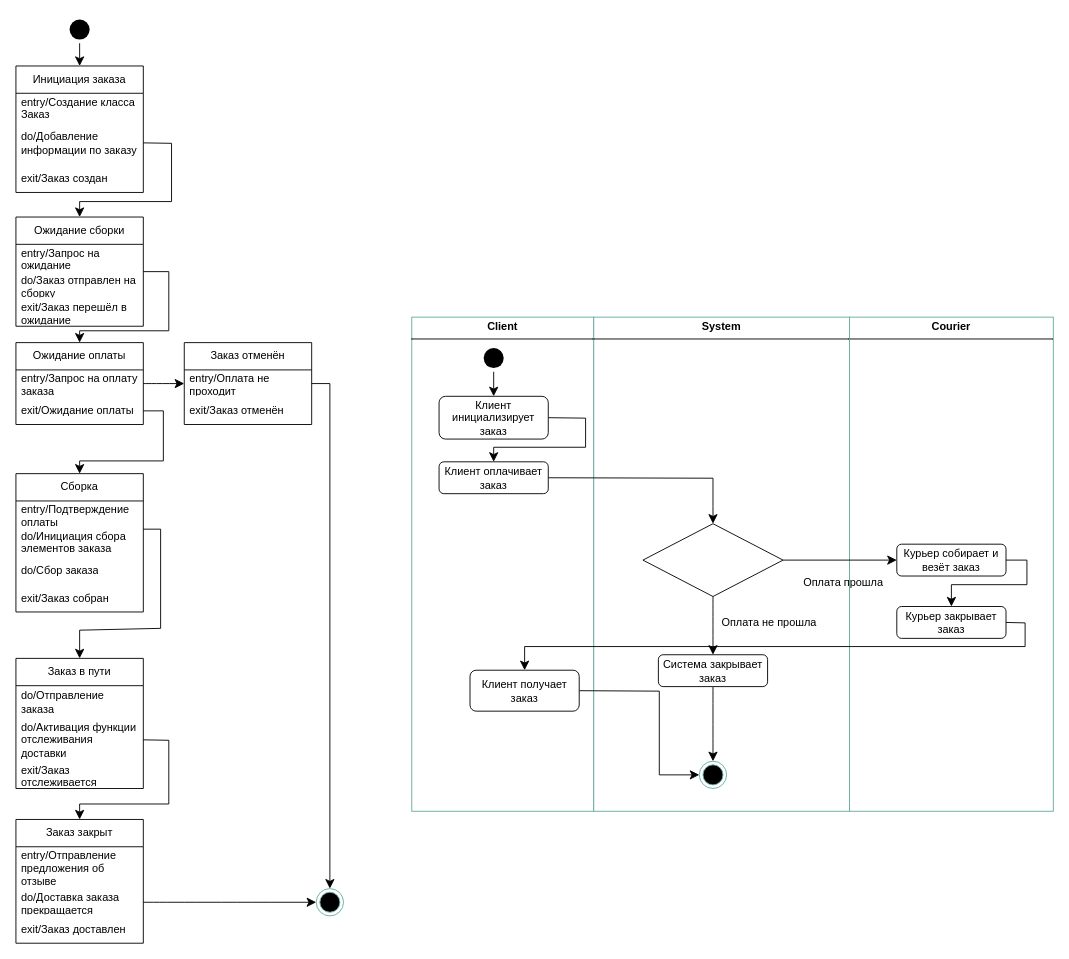
Earlier version of the draw.io diagram page "Misha" (9 of 16) of Copy of 115 1.drawio (Helpmepleaseitishard/Aikms). Source tidied: cells renumbered, new cells numbered last; positions are measured from the earlier drawing's top-left corner, leaving out a move shared by most shapes. Both pictures are drawn from the tidied source at 91%, with x=0, y=0 at pixel (15, 15).
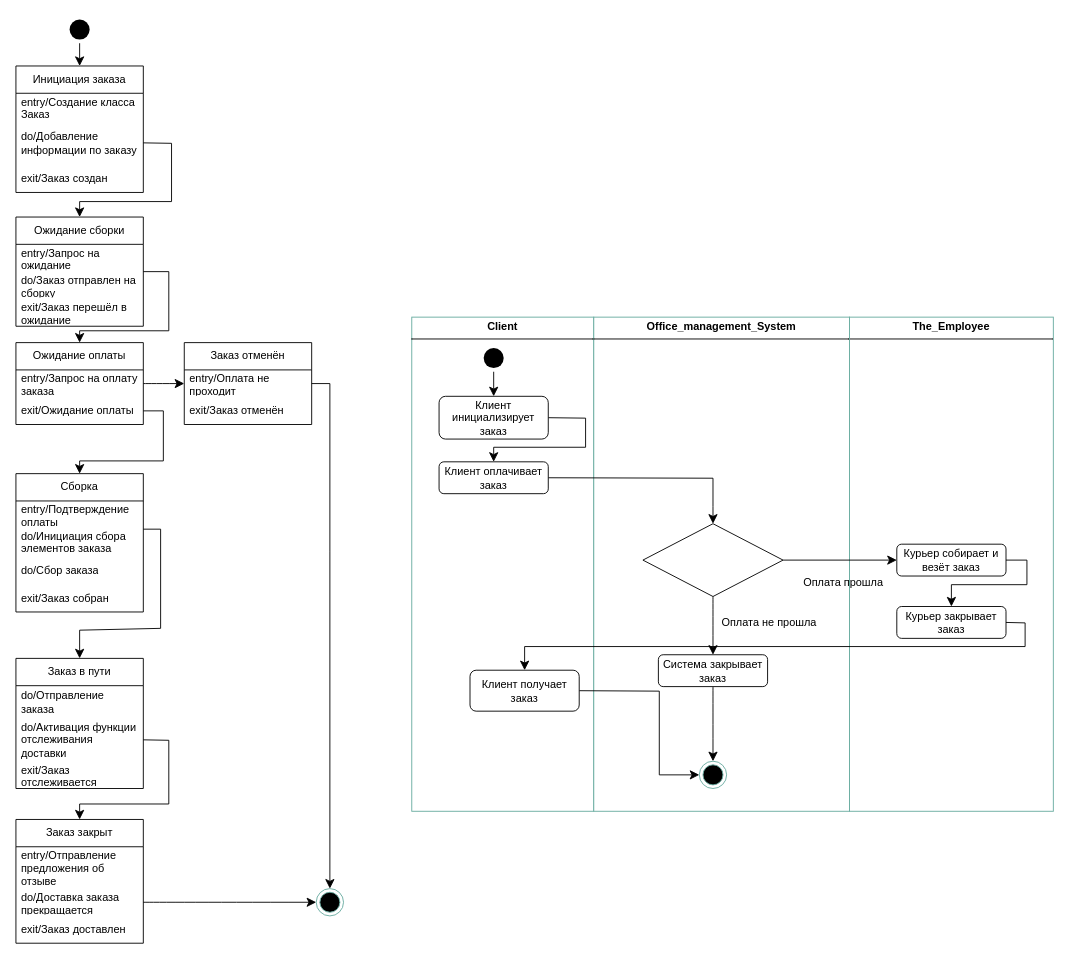
The same diagram, later.

Change to the diagram source:
```diff
@@
-    <mxCell id="40" value="&lt;p style=&quot;margin:0px;margin-top:4px;text-align:center;&quot;&gt;&lt;b&gt;Courier&lt;/b&gt;&lt;/p&gt;&lt;hr size=&quot;1&quot; style=&quot;border-style:solid;&quot;&gt;&lt;div style=&quot;height:2px;&quot;&gt;&lt;/div&gt;" style="verticalAlign=top;align=left;overflow=fill;html=1;whiteSpace=wrap;strokeColor=#67AB9F;" parent="1" vertex="1">
+    <mxCell id="40" value="&lt;p style=&quot;margin:0px;margin-top:4px;text-align:center;&quot;&gt;&lt;b&gt;The_Employee&lt;br&gt;&lt;/b&gt;&lt;/p&gt;&lt;hr size=&quot;1&quot; style=&quot;border-style:solid;&quot;&gt;&lt;div style=&quot;height:2px;&quot;&gt;&lt;/div&gt;" style="verticalAlign=top;align=left;overflow=fill;html=1;whiteSpace=wrap;strokeColor=#67AB9F;" parent="1" vertex="1">
       <mxGeometry x="916" y="331" width="224" height="543" as="geometry" />
     </mxCell>
-    <mxCell id="41" value="&lt;p style=&quot;margin:0px;margin-top:4px;text-align:center;&quot;&gt;&lt;b&gt;System&lt;br&gt;&lt;/b&gt;&lt;/p&gt;&lt;hr size=&quot;1&quot; style=&quot;border-style:solid;&quot;&gt;&lt;div style=&quot;height:2px;&quot;&gt;&lt;/div&gt;" style="verticalAlign=top;align=left;overflow=fill;html=1;whiteSpace=wrap;strokeColor=#67AB9F;" parent="1" vertex="1">
+    <mxCell id="41" value="&lt;p style=&quot;margin:0px;margin-top:4px;text-align:center;&quot;&gt;&lt;b&gt;Office_management_System&lt;br&gt;&lt;/b&gt;&lt;/p&gt;&lt;hr size=&quot;1&quot; style=&quot;border-style:solid;&quot;&gt;&lt;div style=&quot;height:2px;&quot;&gt;&lt;/div&gt;" style="verticalAlign=top;align=left;overflow=fill;html=1;whiteSpace=wrap;strokeColor=#67AB9F;" parent="1" vertex="1">
       <mxGeometry x="635" y="331" width="281" height="543" as="geometry" />
     </mxCell>
```
